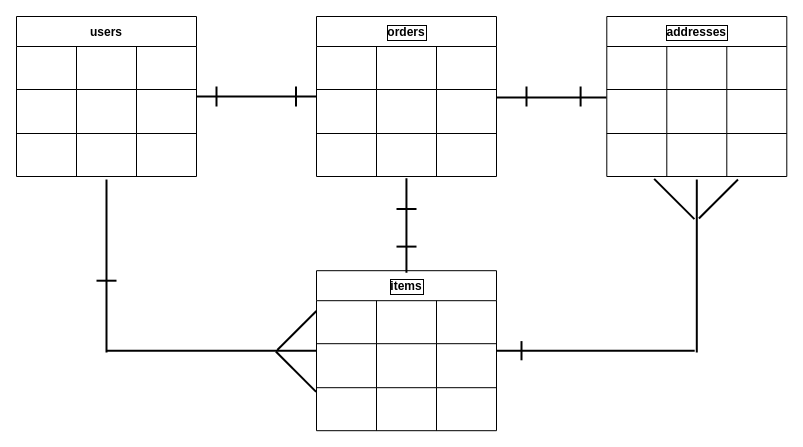
Above: test.dio in TygFF11/furima-37250 (draw.io), before the change. Source tidied: cells renumbered, new cells numbered last; positions are measured from the earlier drawing's top-left corner, leaving out a move shared by most shapes. Both pictures are drawn from the tidied source at 100%, with x=0, y=0 at pixel (16, 16).
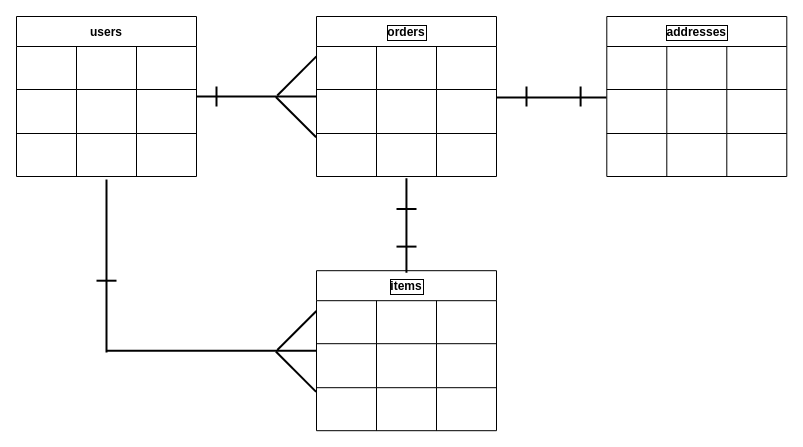
After the change.

Commit message (it also covers changes not shown here):
データベース設計　修正6

The edit, as a diff of the source:
```diff
@@
-    <mxCell id="46" style="line;strokeWidth=2;html=1;startSize=30;rotation=90;" parent="1" vertex="1">
-      <mxGeometry x="269.5" y="75" width="20" height="10" as="geometry" />
-    </mxCell>
@@
-    <mxCell id="52" style="line;strokeWidth=2;direction=south;html=1;rotation=90;" parent="1" vertex="1">
-      <mxGeometry x="574.1" y="235.1" width="10" height="198.2" as="geometry" />
-    </mxCell>
-    <mxCell id="53" style="line;strokeWidth=2;direction=south;html=1;rotation=-180;" parent="1" vertex="1">
-      <mxGeometry x="500" y="324.6" width="10" height="19.2" as="geometry" />
-    </mxCell>
@@
-    <mxCell id="67" style="line;strokeWidth=2;html=1;startSize=30;rotation=-225;" parent="1" vertex="1">
-      <mxGeometry x="674.3" y="177.5" width="55.3" height="10" as="geometry" />
-    </mxCell>
-    <mxCell id="68" style="line;strokeWidth=2;html=1;startSize=30;rotation=45;" parent="1" vertex="1">
-      <mxGeometry x="629.3" y="177.5" width="57" height="10" as="geometry" />
-    </mxCell>
@@
-    <mxCell id="70" style="line;strokeWidth=2;direction=south;html=1;" parent="1" vertex="1">
-      <mxGeometry x="675.3" y="163" width="10" height="173" as="geometry" />
-    </mxCell>
@@
+    <mxCell id="73" style="line;strokeWidth=2;html=1;startSize=30;rotation=45;" parent="1" vertex="1">
+      <mxGeometry x="251" y="95.6" width="57" height="10" as="geometry" />
+    </mxCell>
+    <mxCell id="74" style="line;strokeWidth=2;html=1;startSize=30;rotation=-225;" parent="1" vertex="1">
+      <mxGeometry x="252.7" y="54.4" width="55.3" height="10" as="geometry" />
+    </mxCell>
```
